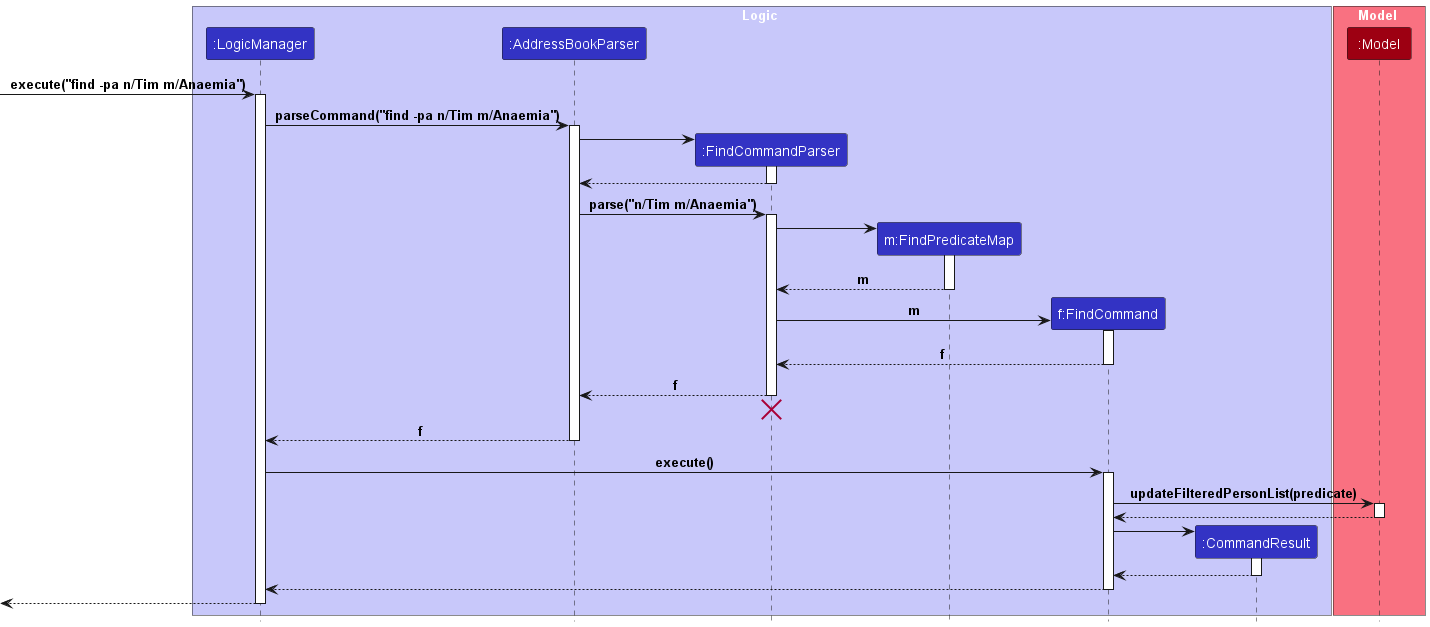
This is docs/images/FindCommandSequenceDiagram.png from nus-cs2103-AY2324S1/tp, a PlantUML export, as it was before one commit. Its diagram source:
```plantuml
@startuml
!include style.puml

box Logic LOGIC_COLOR_T1
participant ":LogicManager" as LogicManager LOGIC_COLOR
participant ":AddressBookParser" as AddressBookParser LOGIC_COLOR
participant ":FindCommandParser" as FindCommandParser LOGIC_COLOR
participant "m:FindPredicateMap" as FindPredicateMap LOGIC_COLOR
participant "f:FindCommand" as FindCommand LOGIC_COLOR
participant ":CommandResult" as CommandResult LOGIC_COLOR
end box

box Model MODEL_COLOR_T1
participant ":Model" as Model MODEL_COLOR
end box


[-> LogicManager : execute("find -pa n/Tim m/Anaemia")
activate LogicManager

LogicManager -> AddressBookParser : parseCommand("find -pa n/Tim m/Anaemia")
activate AddressBookParser

create FindCommandParser
AddressBookParser -> FindCommandParser
activate FindCommandParser

FindCommandParser --> AddressBookParser
deactivate FindCommandParser

AddressBookParser -> FindCommandParser : parse("n/Tim m/Anaemia")
activate FindCommandParser

create FindPredicateMap
FindCommandParser -> FindPredicateMap
activate FindPredicateMap
FindPredicateMap --> FindCommandParser : m
deactivate FindPredicateMap

create FindCommand
FindCommandParser -> FindCommand : m
activate FindCommand

FindCommand --> FindCommandParser : f
deactivate FindCommand

FindCommandParser --> AddressBookParser : f
deactivate FindCommandParser
FindCommandParser -[hidden]-> AddressBookParser
destroy FindCommandParser

AddressBookParser --> LogicManager : f
deactivate AddressBookParser

LogicManager -> FindCommand : execute()
activate FindCommand

FindCommand -> Model : updateFilteredPersonList(predicate)
activate Model
Model --> FindCommand
deactivate Model

create CommandResult
FindCommand -> CommandResult
activate CommandResult
CommandResult --> FindCommand
deactivate CommandResult

FindCommand --> LogicManager
deactivate FindCommand

[<-- LogicManager
deactivate LogicManager


deactivate LogicManager
@enduml
```
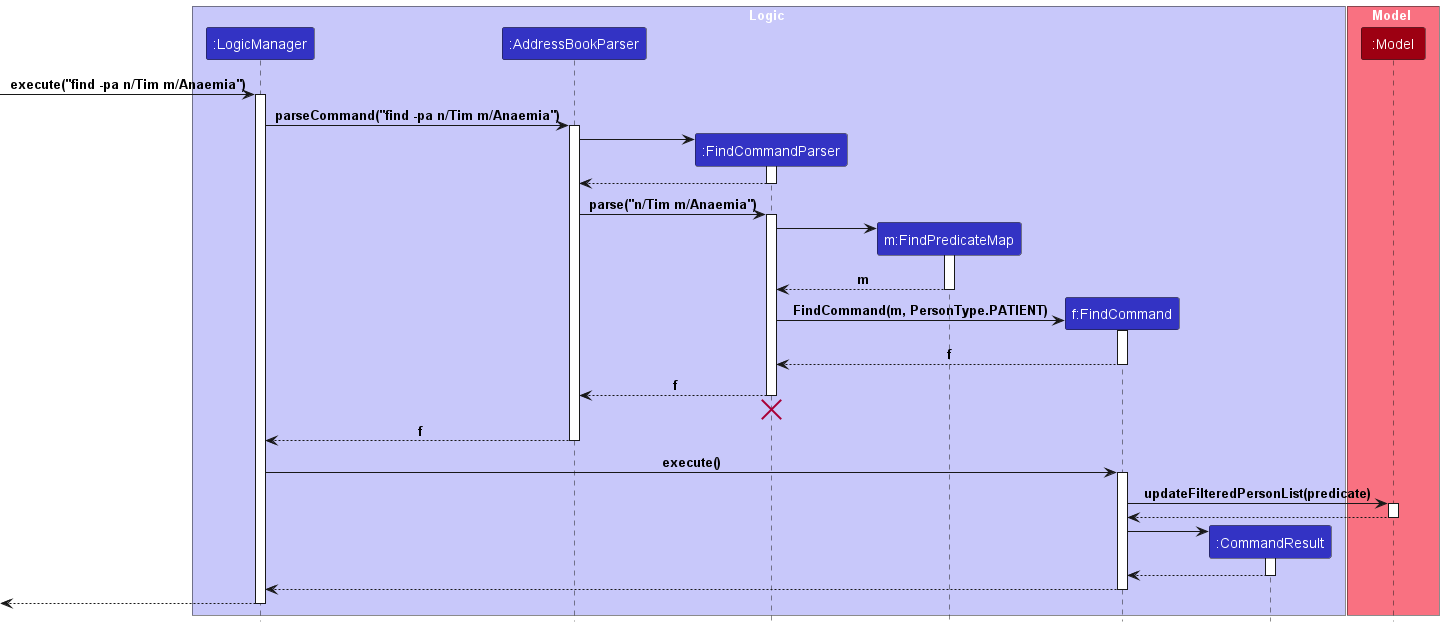
The same file after the commit.

Commit message:
Fix errors in Find Command UML diagrams

The edit, as a diff of the source:
```diff
@@ -38,7 +38,7 @@
 deactivate FindPredicateMap
 
 create FindCommand
-FindCommandParser -> FindCommand : m
+FindCommandParser -> FindCommand : FindCommand(m, PersonType.PATIENT)
 activate FindCommand
 
 FindCommand --> FindCommandParser : f
```
